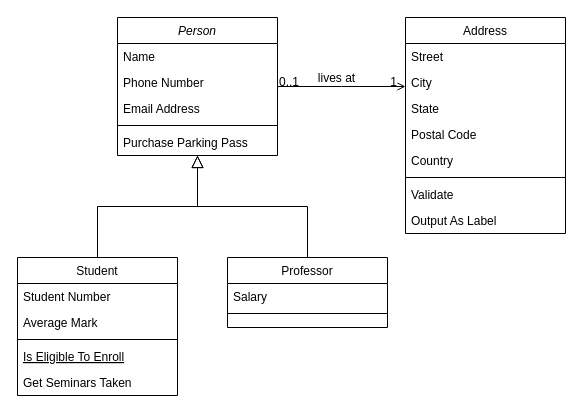
The draw.io diagram Untitled Diagram.drawio in Wazlav76/Draw.io, before the edit. Source tidied: cells renumbered, new cells numbered last; positions are measured from the earlier drawing's top-left corner, leaving out a move shared by most shapes. Both pictures are drawn from the tidied source at 100%, with x=0, y=0 at pixel (17, 17).
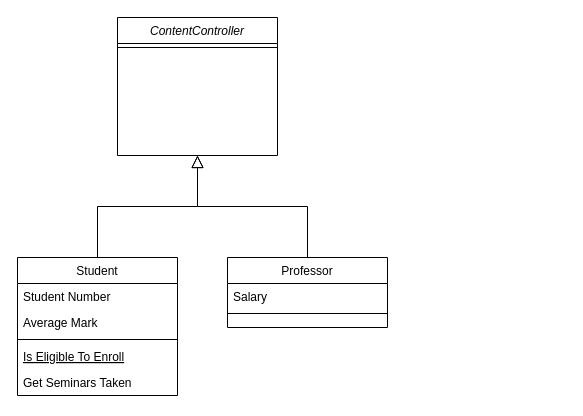
The same diagram, later.

Change to the diagram source:
```diff
@@
-    <mxCell id="2" value="Person" style="swimlane;fontStyle=2;align=center;verticalAlign=top;horizontal=1;startSize=26;rounded=0;shadow=0;strokeWidth=1;" parent="1" vertex="1">
+    <mxCell id="2" value="ContentController" style="swimlane;fontStyle=2;align=center;verticalAlign=top;horizontal=1;startSize=26;rounded=0;shadow=0;strokeWidth=1;" parent="1" vertex="1">
       <mxGeometry x="100" width="160" height="138" as="geometry" />
     </mxCell>
-    <mxCell id="3" value="Name" style="text;align=left;verticalAlign=top;spacingLeft=4;spacingRight=4;overflow=hidden;" parent="2" vertex="1">
-      <mxGeometry y="26" width="160" height="26" as="geometry" />
-    </mxCell>
-    <mxCell id="4" value="Phone Number" style="text;align=left;verticalAlign=top;spacingLeft=4;spacingRight=4;overflow=hidden;rounded=0;shadow=0;html=0;" parent="2" vertex="1">
-      <mxGeometry y="52" width="160" height="26" as="geometry" />
-    </mxCell>
-    <mxCell id="5" value="Email Address" style="text;align=left;verticalAlign=top;spacingLeft=4;spacingRight=4;overflow=hidden;rounded=0;shadow=0;html=0;" parent="2" vertex="1">
-      <mxGeometry y="78" width="160" height="26" as="geometry" />
-    </mxCell>
     <mxCell id="6" style="line;html=1;strokeWidth=1;align=left;verticalAlign=middle;spacingTop=-1;spacingLeft=3;spacingRight=3;labelPosition=right;" parent="2" vertex="1">
-      <mxGeometry y="104" width="160" height="8" as="geometry" />
+      <mxGeometry y="26" width="160" height="8" as="geometry" />
     </mxCell>
-    <mxCell id="7" value="Purchase Parking Pass" style="text;align=left;verticalAlign=top;spacingLeft=4;spacingRight=4;overflow=hidden;" parent="2" vertex="1">
-      <mxGeometry y="112" width="160" height="26" as="geometry" />
-    </mxCell>
@@
-    <mxCell id="19" value="Address" style="swimlane;fontStyle=0;align=center;verticalAlign=top;horizontal=1;startSize=26;rounded=0;shadow=0;strokeWidth=1;" parent="1" vertex="1">
-      <mxGeometry x="388" width="160" height="216" as="geometry" />
-    </mxCell>
-    <mxCell id="20" value="Street" style="text;align=left;verticalAlign=top;spacingLeft=4;spacingRight=4;overflow=hidden;" parent="19" vertex="1">
-      <mxGeometry y="26" width="160" height="26" as="geometry" />
-    </mxCell>
-    <mxCell id="21" value="City" style="text;align=left;verticalAlign=top;spacingLeft=4;spacingRight=4;overflow=hidden;rounded=0;shadow=0;html=0;" parent="19" vertex="1">
-      <mxGeometry y="52" width="160" height="26" as="geometry" />
-    </mxCell>
-    <mxCell id="22" value="State" style="text;align=left;verticalAlign=top;spacingLeft=4;spacingRight=4;overflow=hidden;rounded=0;shadow=0;html=0;" parent="19" vertex="1">
-      <mxGeometry y="78" width="160" height="26" as="geometry" />
-    </mxCell>
-    <mxCell id="23" value="Postal Code" style="text;align=left;verticalAlign=top;spacingLeft=4;spacingRight=4;overflow=hidden;rounded=0;shadow=0;html=0;" parent="19" vertex="1">
-      <mxGeometry y="104" width="160" height="26" as="geometry" />
-    </mxCell>
-    <mxCell id="24" value="Country" style="text;align=left;verticalAlign=top;spacingLeft=4;spacingRight=4;overflow=hidden;rounded=0;shadow=0;html=0;" parent="19" vertex="1">
-      <mxGeometry y="130" width="160" height="26" as="geometry" />
-    </mxCell>
-    <mxCell id="25" style="line;html=1;strokeWidth=1;align=left;verticalAlign=middle;spacingTop=-1;spacingLeft=3;spacingRight=3;labelPosition=right;" parent="19" vertex="1">
-      <mxGeometry y="156" width="160" height="8" as="geometry" />
-    </mxCell>
-    <mxCell id="26" value="Validate" style="text;align=left;verticalAlign=top;spacingLeft=4;spacingRight=4;overflow=hidden;" parent="19" vertex="1">
-      <mxGeometry y="164" width="160" height="26" as="geometry" />
-    </mxCell>
-    <mxCell id="27" value="Output As Label" style="text;align=left;verticalAlign=top;spacingLeft=4;spacingRight=4;overflow=hidden;" parent="19" vertex="1">
-      <mxGeometry y="190" width="160" height="26" as="geometry" />
-    </mxCell>
-    <mxCell id="28" style="endArrow=open;shadow=0;strokeWidth=1;rounded=0;endFill=1;edgeStyle=elbowEdgeStyle;elbow=vertical;" parent="1" edge="1" source="2" target="19">
-      <mxGeometry x="0.5" y="41" relative="1" as="geometry">
-        <mxPoint x="-40" y="32" as="offset" />
-      </mxGeometry>
-    </mxCell>
-    <mxCell id="29" value="0..1" style="align=left;verticalAlign=bottom;labelBackgroundColor=none;fontSize=12;" parent="28" vertex="1">
-      <mxGeometry x="-1" relative="1" as="geometry">
-        <mxPoint y="4" as="offset" />
-      </mxGeometry>
-    </mxCell>
-    <mxCell id="30" value="1" style="align=right;verticalAlign=bottom;labelBackgroundColor=none;fontSize=12;" parent="28" vertex="1">
-      <mxGeometry x="1" relative="1" as="geometry">
-        <mxPoint x="-7" y="4" as="offset" />
-      </mxGeometry>
-    </mxCell>
-    <mxCell id="31" value="lives at" style="text;html=1;align=center;verticalAlign=middle;labelBackgroundColor=none;rounded=0;shadow=0;strokeWidth=1;fontSize=12;" parent="28" vertex="1">
-      <mxGeometry x="0.5" y="49" relative="1" as="geometry">
-        <mxPoint x="-38" y="40" as="offset" />
-      </mxGeometry>
-    </mxCell>
```
